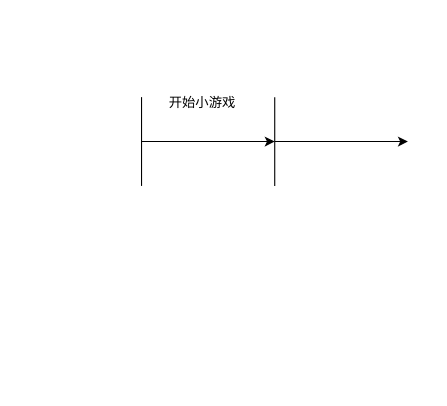
Earlier version of the draw.io diagram 未命名绘图.drawio (frogcode1024/drawIoFile). Source tidied: cells renumbered, new cells numbered last; positions are measured from the earlier drawing's top-left corner, leaving out a move shared by most shapes. Both pictures are drawn from the tidied source at 111%, with x=0, y=0 at pixel (141, 85).
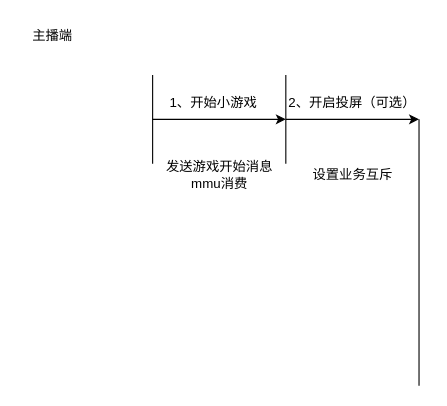
The same diagram, later.

Commit message:
更新未命名绘图.drawio

Diff of the diagram source:
```diff
@@
 <mxGraphModel>
   <root>
     <mxCell id="0" />
     <mxCell id="1" parent="0" />
     <mxCell id="2" style="endArrow=none;html=1;rounded=0;" parent="1" edge="1">
       <mxGeometry relative="1" as="geometry">
-        <mxPoint y="90" as="sourcePoint" />
-        <mxPoint y="10" as="targetPoint" />
+        <mxPoint x="10" y="70" as="sourcePoint" />
+        <mxPoint x="10" y="-10" as="targetPoint" />
       </mxGeometry>
     </mxCell>
     <mxCell id="3" style="endArrow=classic;html=1;rounded=0;" parent="1" edge="1">
       <mxGeometry relative="1" as="geometry">
-        <mxPoint y="50" as="sourcePoint" />
-        <mxPoint x="120" y="50" as="targetPoint" />
+        <mxPoint x="10" y="30" as="sourcePoint" />
+        <mxPoint x="130" y="30" as="targetPoint" />
       </mxGeometry>
     </mxCell>
     <mxCell id="4" style="endArrow=none;html=1;rounded=0;" parent="1" edge="1">
       <mxGeometry relative="1" as="geometry">
-        <mxPoint x="120" y="90" as="sourcePoint" />
-        <mxPoint x="120" y="10" as="targetPoint" />
+        <mxPoint x="130" y="70" as="sourcePoint" />
+        <mxPoint x="130" y="-10" as="targetPoint" />
       </mxGeometry>
     </mxCell>
     <mxCell id="5" style="endArrow=classic;html=1;rounded=0;" parent="1" edge="1">
       <mxGeometry relative="1" as="geometry">
-        <mxPoint x="120" y="50" as="sourcePoint" />
-        <mxPoint x="240" y="50" as="targetPoint" />
+        <mxPoint x="130" y="30" as="sourcePoint" />
+        <mxPoint x="250" y="30" as="targetPoint" />
       </mxGeometry>
     </mxCell>
-    <mxCell id="6" value="开始小游戏" style="text;html=1;strokeColor=none;fillColor=none;align=center;verticalAlign=middle;whiteSpace=wrap;rounded=0;" parent="1" vertex="1">
-      <mxGeometry x="20" width="70" height="30" as="geometry" />
+    <mxCell id="6" value="1、开始小游戏" style="text;html=1;strokeColor=none;fillColor=none;align=center;verticalAlign=middle;whiteSpace=wrap;rounded=0;" parent="1" vertex="1">
+      <mxGeometry x="20" width="90" height="30" as="geometry" />
     </mxCell>
+    <mxCell id="7" value="2、开启投屏（可选）" style="text;html=1;strokeColor=none;fillColor=none;align=center;verticalAlign=middle;whiteSpace=wrap;rounded=0;" parent="1" vertex="1">
+      <mxGeometry x="130" width="120" height="30" as="geometry" />
+    </mxCell>
+    <mxCell id="8" style="endArrow=none;html=1;rounded=0;" parent="1" edge="1">
+      <mxGeometry relative="1" as="geometry">
+        <mxPoint x="250" y="270" as="sourcePoint" />
+        <mxPoint x="250" y="30" as="targetPoint" />
+      </mxGeometry>
+    </mxCell>
+    <mxCell id="9" value="主播端" style="text;html=1;strokeColor=none;fillColor=none;align=center;verticalAlign=middle;whiteSpace=wrap;rounded=0;" parent="1" vertex="1">
+      <mxGeometry x="-110" y="-60" width="60" height="30" as="geometry" />
+    </mxCell>
+    <mxCell id="10" value="发送游戏开始消息&lt;br&gt;mmu消费" style="text;html=1;align=center;verticalAlign=middle;strokeColor=none;fillColor=none;" parent="1" vertex="1">
+      <mxGeometry x="10" y="60" width="120" height="40" as="geometry" />
+    </mxCell>
+    <mxCell id="11" value="设置业务互斥" style="text;html=1;align=center;verticalAlign=middle;strokeColor=none;fillColor=none;" parent="1" vertex="1">
+      <mxGeometry x="140" y="65" width="100" height="30" as="geometry" />
+    </mxCell>
   </root>
 </mxGraphModel>
```
